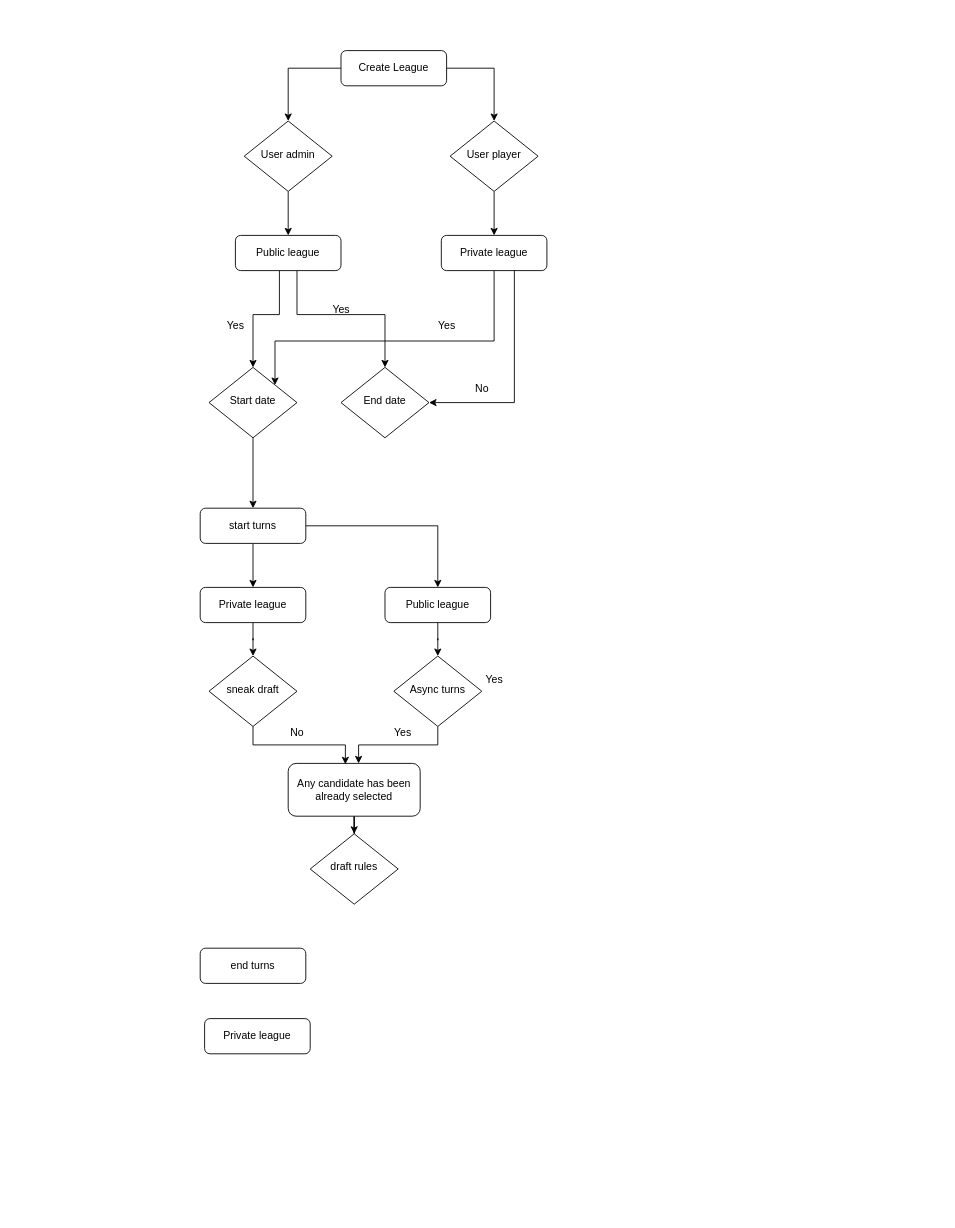
Above: Diagrama sin título.drawio in jairo-sandoval/game_store (draw.io), before the change. Source tidied: cells renumbered, new cells numbered last; positions are measured from the earlier drawing's top-left corner, leaving out a move shared by most shapes. Both pictures are drawn from the tidied source at 88%, with x=0, y=0 at pixel (200, 50).
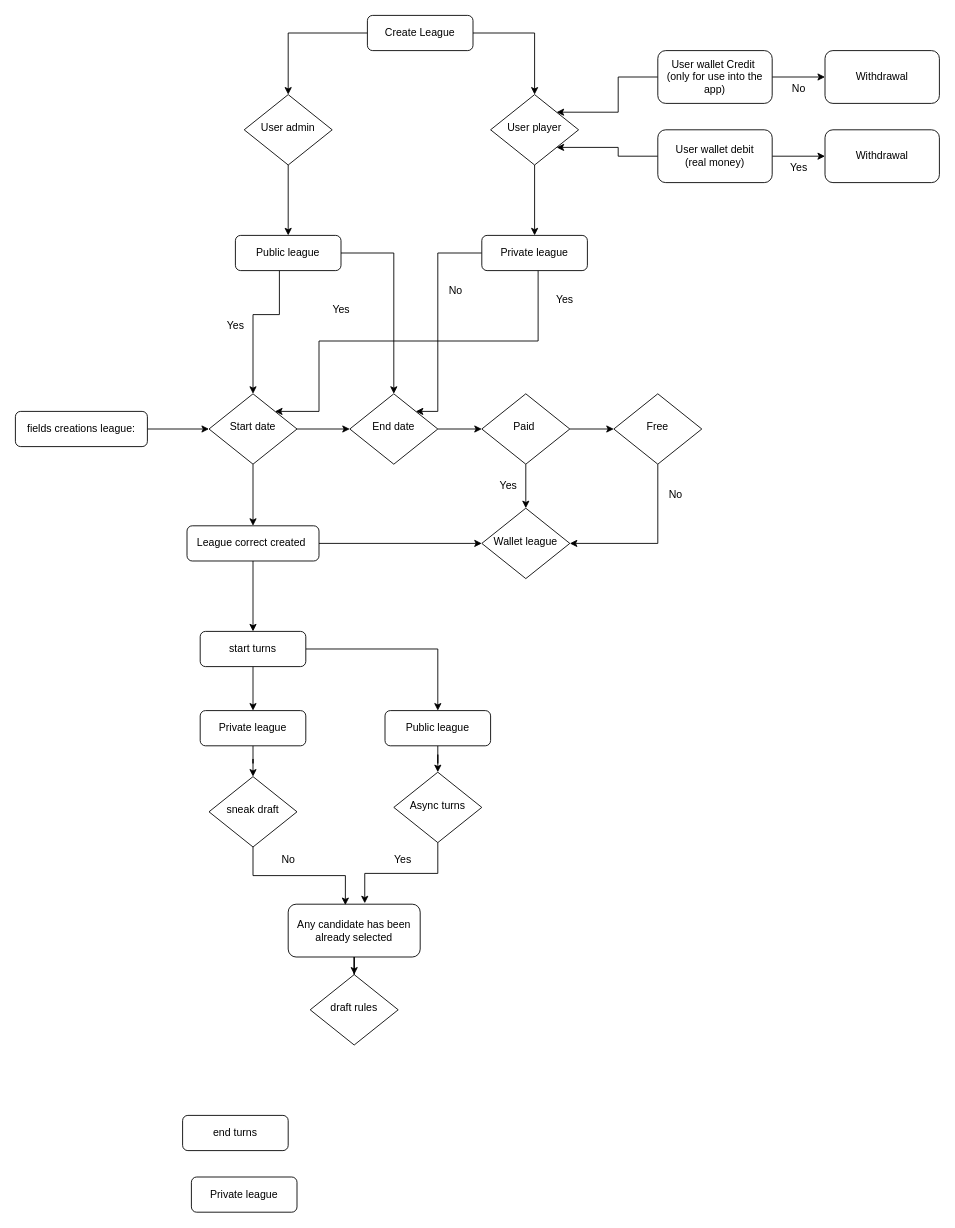
The same diagram, later.

The change refers to these unchanged cells:
```xml
<mxCell id="12" value="Public league" style="rounded=1;whiteSpace=wrap;html=1;fontSize=12;glass=0;strokeWidth=1;shadow=0;" parent="1" vertex="1">
  <mxGeometry x="40" y="210" width="120" height="40" as="geometry" />
</mxCell>
```

Change to the diagram source:
```diff
@@
     <mxCell id="4" value="Create League" style="rounded=1;whiteSpace=wrap;html=1;fontSize=12;glass=0;strokeWidth=1;shadow=0;" parent="1" vertex="1">
-      <mxGeometry x="160" width="120" height="40" as="geometry" />
+      <mxGeometry x="190" y="-40" width="120" height="40" as="geometry" />
     </mxCell>
-    <mxCell id="5" style="edgeStyle=orthogonalEdgeStyle;rounded=0;jettySize=auto;html=1;entryX=0.5;entryY=0;entryDx=0;entryDy=0;" parent="1" edge="1" source="6" target="9">
-      <mxGeometry relative="1" as="geometry" />
-    </mxCell>
+    <mxCell id="41" style="edgeStyle=orthogonalEdgeStyle;rounded=0;jettySize=auto;html=1;" parent="1" edge="1" source="6" target="13">
+      <mxGeometry relative="1" as="geometry" />
+    </mxCell>
+    <mxCell id="42" style="edgeStyle=orthogonalEdgeStyle;rounded=0;jettySize=auto;html=1;entryX=0.5;entryY=0;entryDx=0;entryDy=0;" parent="1" edge="1" source="6" target="60">
+      <mxGeometry relative="1" as="geometry" />
+    </mxCell>
     <mxCell id="6" value="Start date" style="rhombus;whiteSpace=wrap;html=1;shadow=0;fontFamily=Helvetica;fontSize=12;align=center;strokeWidth=1;spacing=6;spacingTop=-4;" parent="1" vertex="1">
-      <mxGeometry x="10" y="360" width="100" height="80" as="geometry" />
+      <mxGeometry x="10" y="390" width="100" height="80" as="geometry" />
     </mxCell>
@@
     <mxCell id="9" value="start turns" style="rounded=1;whiteSpace=wrap;html=1;fontSize=12;glass=0;strokeWidth=1;shadow=0;" parent="1" vertex="1">
-      <mxGeometry y="520" width="120" height="40" as="geometry" />
+      <mxGeometry y="660" width="120" height="40" as="geometry" />
     </mxCell>
@@
     <mxCell id="11" style="edgeStyle=orthogonalEdgeStyle;rounded=0;jettySize=auto;html=1;entryX=0.5;entryY=0;entryDx=0;entryDy=0;" parent="1" edge="1" source="12" target="13">
-      <mxGeometry relative="1" as="geometry">
-        <Array as="points">
-          <mxPoint x="110" y="300" />
-          <mxPoint x="210" y="300" />
-        </Array>
-      </mxGeometry>
+      <mxGeometry relative="1" as="geometry" />
     </mxCell>
@@
+    <mxCell id="43" style="edgeStyle=orthogonalEdgeStyle;rounded=0;jettySize=auto;html=1;" parent="1" edge="1" source="13" target="47">
+      <mxGeometry relative="1" as="geometry" />
+    </mxCell>
     <mxCell id="13" value="End date" style="rhombus;whiteSpace=wrap;html=1;shadow=0;fontFamily=Helvetica;fontSize=12;align=center;strokeWidth=1;spacing=6;spacingTop=-4;" parent="1" vertex="1">
-      <mxGeometry x="160" y="360" width="100" height="80" as="geometry" />
+      <mxGeometry x="170" y="390" width="100" height="80" as="geometry" />
     </mxCell>
@@
-    <mxCell id="16" style="edgeStyle=orthogonalEdgeStyle;rounded=0;jettySize=auto;html=1;entryX=1;entryY=0;entryDx=0;entryDy=0;" parent="1" edge="1" source="17" target="6">
+    <mxCell id="16" style="edgeStyle=orthogonalEdgeStyle;rounded=0;jettySize=auto;html=1;entryX=1;entryY=0;entryDx=0;entryDy=0;" parent="1" edge="1" target="6">
       <mxGeometry relative="1" as="geometry">
+        <mxPoint x="384" y="250" as="sourcePoint" />
         <Array as="points">
-          <mxPoint x="334" y="330" />
-          <mxPoint x="85" y="330" />
+          <mxPoint x="384" y="330" />
+          <mxPoint x="135" y="330" />
+          <mxPoint x="135" y="410" />
         </Array>
       </mxGeometry>
     </mxCell>
+    <mxCell id="44" style="edgeStyle=orthogonalEdgeStyle;rounded=0;jettySize=auto;html=1;entryX=1;entryY=0;entryDx=0;entryDy=0;" parent="1" edge="1" source="17" target="13">
+      <mxGeometry relative="1" as="geometry">
+        <Array as="points">
+          <mxPoint x="270" y="230" />
+          <mxPoint x="270" y="410" />
+        </Array>
+      </mxGeometry>
+    </mxCell>
     <mxCell id="17" value="Private league" style="rounded=1;whiteSpace=wrap;html=1;fontSize=12;glass=0;strokeWidth=1;shadow=0;" parent="1" vertex="1">
-      <mxGeometry x="274" y="210" width="120" height="40" as="geometry" />
+      <mxGeometry x="320" y="210" width="120" height="40" as="geometry" />
     </mxCell>
@@
     <mxCell id="19" value="User player" style="rhombus;whiteSpace=wrap;html=1;shadow=0;fontFamily=Helvetica;fontSize=12;align=center;strokeWidth=1;spacing=6;spacingTop=-4;" parent="1" vertex="1">
-      <mxGeometry x="284" y="80" width="100" height="80" as="geometry" />
+      <mxGeometry x="330" y="50" width="100" height="80" as="geometry" />
     </mxCell>
@@
     <mxCell id="21" value="User admin" style="rhombus;whiteSpace=wrap;html=1;shadow=0;fontFamily=Helvetica;fontSize=12;align=center;strokeWidth=1;spacing=6;spacingTop=-4;" parent="1" vertex="1">
-      <mxGeometry x="50" y="80" width="100" height="80" as="geometry" />
+      <mxGeometry x="50" y="50" width="100" height="80" as="geometry" />
     </mxCell>
     <mxCell id="22" value="Yes" style="text;html=1;align=center;verticalAlign=middle;strokeColor=none;fillColor=none;" parent="1" vertex="1">
-      <mxGeometry x="260" y="298" width="40" height="30" as="geometry" />
+      <mxGeometry x="394" y="268" width="40" height="30" as="geometry" />
     </mxCell>
-    <mxCell id="23" style="edgeStyle=orthogonalEdgeStyle;rounded=0;jettySize=auto;html=1;entryX=1;entryY=0.5;entryDx=0;entryDy=0;" parent="1" edge="1" target="13">
-      <mxGeometry relative="1" as="geometry">
-        <mxPoint x="357" y="250" as="sourcePoint" />
-        <Array as="points">
-          <mxPoint x="357" y="400" />
-        </Array>
-      </mxGeometry>
-    </mxCell>
     <mxCell id="24" value="No" style="text;html=1;align=center;verticalAlign=middle;strokeColor=none;fillColor=none;" parent="1" vertex="1">
-      <mxGeometry x="300" y="370" width="40" height="30" as="geometry" />
+      <mxGeometry x="270" y="258" width="40" height="30" as="geometry" />
     </mxCell>
@@
     <mxCell id="26" value="Private league" style="rounded=1;whiteSpace=wrap;html=1;fontSize=12;glass=0;strokeWidth=1;shadow=0;" parent="1" vertex="1">
-      <mxGeometry y="610" width="120" height="40" as="geometry" />
+      <mxGeometry y="750" width="120" height="40" as="geometry" />
     </mxCell>
@@
     <mxCell id="28" value="Public league" style="rounded=1;whiteSpace=wrap;html=1;fontSize=12;glass=0;strokeWidth=1;shadow=0;" parent="1" vertex="1">
-      <mxGeometry x="210" y="610" width="120" height="40" as="geometry" />
+      <mxGeometry x="210" y="750" width="120" height="40" as="geometry" />
     </mxCell>
     <mxCell id="29" value="draft rules" style="rhombus;whiteSpace=wrap;html=1;shadow=0;fontFamily=Helvetica;fontSize=12;align=center;strokeWidth=1;spacing=6;spacingTop=-4;" parent="1" vertex="1">
-      <mxGeometry x="125" y="890" width="100" height="80" as="geometry" />
+      <mxGeometry x="125" y="1050" width="100" height="80" as="geometry" />
     </mxCell>
-    <mxCell id="30" value="Yes" style="text;html=1;align=center;verticalAlign=middle;strokeColor=none;fillColor=none;" parent="1" vertex="1">
-      <mxGeometry x="314" y="700" width="40" height="30" as="geometry" />
-    </mxCell>
     <mxCell id="31" value="Yes" style="text;html=1;align=center;verticalAlign=middle;strokeColor=none;fillColor=none;" parent="1" vertex="1">
-      <mxGeometry x="210" y="760" width="40" height="30" as="geometry" />
+      <mxGeometry x="210" y="905" width="40" height="30" as="geometry" />
     </mxCell>
     <mxCell id="32" value="sneak draft" style="rhombus;whiteSpace=wrap;html=1;shadow=0;fontFamily=Helvetica;fontSize=12;align=center;strokeWidth=1;spacing=6;spacingTop=-4;" parent="1" vertex="1">
-      <mxGeometry x="10" y="688" width="100" height="80" as="geometry" />
+      <mxGeometry x="10" y="825" width="100" height="80" as="geometry" />
     </mxCell>
-    <mxCell id="33" style="edgeStyle=orthogonalEdgeStyle;rounded=0;jettySize=auto;html=1;" parent="1" edge="1" source="34" target="36">
-      <mxGeometry relative="1" as="geometry">
-        <Array as="points">
-          <mxPoint x="270" y="789" />
-          <mxPoint x="180" y="789" />
-        </Array>
-      </mxGeometry>
-    </mxCell>
     <mxCell id="34" value="Async turns" style="rhombus;whiteSpace=wrap;html=1;shadow=0;fontFamily=Helvetica;fontSize=12;align=center;strokeWidth=1;spacing=6;spacingTop=-4;" parent="1" vertex="1">
-      <mxGeometry x="220" y="688" width="100" height="80" as="geometry" />
+      <mxGeometry x="220" y="820" width="100" height="80" as="geometry" />
     </mxCell>
@@
     <mxCell id="36" value="Any candidate has been already selected" style="rounded=1;whiteSpace=wrap;html=1;fontSize=12;glass=0;strokeWidth=1;shadow=0;" parent="1" vertex="1">
-      <mxGeometry x="100" y="810" width="150" height="60" as="geometry" />
+      <mxGeometry x="100" y="970" width="150" height="60" as="geometry" />
     </mxCell>
     <mxCell id="37" value="No" style="text;html=1;align=center;verticalAlign=middle;strokeColor=none;fillColor=none;" parent="1" vertex="1">
-      <mxGeometry x="90" y="760" width="40" height="30" as="geometry" />
+      <mxGeometry x="80" y="905" width="40" height="30" as="geometry" />
     </mxCell>
     <mxCell id="38" value="end turns" style="rounded=1;whiteSpace=wrap;html=1;fontSize=12;glass=0;strokeWidth=1;shadow=0;" parent="1" vertex="1">
-      <mxGeometry y="1020" width="120" height="40" as="geometry" />
+      <mxGeometry x="-20" y="1210" width="120" height="40" as="geometry" />
     </mxCell>
@@
     <mxCell id="40" value="Private league" style="rounded=1;whiteSpace=wrap;html=1;fontSize=12;glass=0;strokeWidth=1;shadow=0;" parent="1" vertex="1">
-      <mxGeometry x="5" y="1100" width="120" height="40" as="geometry" />
+      <mxGeometry x="-10" y="1280" width="120" height="40" as="geometry" />
     </mxCell>
+    <mxCell id="45" style="edgeStyle=orthogonalEdgeStyle;rounded=0;jettySize=auto;html=1;" parent="1" edge="1" source="47" target="49">
+      <mxGeometry relative="1" as="geometry" />
+    </mxCell>
+    <mxCell id="46" style="edgeStyle=orthogonalEdgeStyle;rounded=0;jettySize=auto;html=1;" parent="1" edge="1" source="47" target="61">
+      <mxGeometry relative="1" as="geometry" />
+    </mxCell>
+    <mxCell id="47" value="Paid&amp;nbsp;" style="rhombus;whiteSpace=wrap;html=1;shadow=0;fontFamily=Helvetica;fontSize=12;align=center;strokeWidth=1;spacing=6;spacingTop=-4;" parent="1" vertex="1">
+      <mxGeometry x="320" y="390" width="100" height="80" as="geometry" />
+    </mxCell>
+    <mxCell id="48" style="edgeStyle=orthogonalEdgeStyle;rounded=0;jettySize=auto;html=1;entryX=1;entryY=0.5;entryDx=0;entryDy=0;exitX=0.5;exitY=1;exitDx=0;exitDy=0;" parent="1" edge="1" source="49" target="61">
+      <mxGeometry relative="1" as="geometry" />
+    </mxCell>
+    <mxCell id="49" value="Free" style="rhombus;whiteSpace=wrap;html=1;shadow=0;fontFamily=Helvetica;fontSize=12;align=center;strokeWidth=1;spacing=6;spacingTop=-4;" parent="1" vertex="1">
+      <mxGeometry x="470" y="390" width="100" height="80" as="geometry" />
+    </mxCell>
+    <mxCell id="33" style="edgeStyle=orthogonalEdgeStyle;rounded=0;jettySize=auto;html=1;entryX=0.58;entryY=-0.017;entryDx=0;entryDy=0;entryPerimeter=0;" parent="1" edge="1" source="34" target="36">
+      <mxGeometry relative="1" as="geometry" />
+    </mxCell>
+    <mxCell id="50" style="edgeStyle=orthogonalEdgeStyle;rounded=0;jettySize=auto;html=1;entryX=1;entryY=0;entryDx=0;entryDy=0;" parent="1" edge="1" source="52" target="19">
+      <mxGeometry relative="1" as="geometry" />
+    </mxCell>
+    <mxCell id="51" style="edgeStyle=orthogonalEdgeStyle;rounded=0;jettySize=auto;html=1;entryX=0;entryY=0.5;entryDx=0;entryDy=0;" parent="1" edge="1" source="52" target="64">
+      <mxGeometry relative="1" as="geometry" />
+    </mxCell>
+    <mxCell id="52" value="User wallet Credit&amp;nbsp;&lt;br style=&quot;border-color: var(--border-color);&quot;&gt;(only for use into the app)" style="rounded=1;whiteSpace=wrap;html=1;fontSize=12;glass=0;strokeWidth=1;shadow=0;" parent="1" vertex="1">
+      <mxGeometry x="520" width="130" height="60" as="geometry" />
+    </mxCell>
+    <mxCell id="53" style="edgeStyle=orthogonalEdgeStyle;rounded=0;jettySize=auto;html=1;entryX=1;entryY=1;entryDx=0;entryDy=0;" parent="1" edge="1" source="55" target="19">
+      <mxGeometry relative="1" as="geometry" />
+    </mxCell>
+    <mxCell id="54" style="edgeStyle=orthogonalEdgeStyle;rounded=0;jettySize=auto;html=1;" parent="1" edge="1" source="55" target="65">
+      <mxGeometry relative="1" as="geometry" />
+    </mxCell>
+    <mxCell id="55" value="User wallet debit&lt;br&gt;(real money)" style="rounded=1;whiteSpace=wrap;html=1;fontSize=12;glass=0;strokeWidth=1;shadow=0;" parent="1" vertex="1">
+      <mxGeometry x="520" y="90" width="130" height="60" as="geometry" />
+    </mxCell>
+    <mxCell id="56" style="edgeStyle=orthogonalEdgeStyle;rounded=0;jettySize=auto;html=1;entryX=0;entryY=0.5;entryDx=0;entryDy=0;" parent="1" edge="1" source="57" target="6">
+      <mxGeometry relative="1" as="geometry" />
+    </mxCell>
+    <mxCell id="57" value="fields creations league:" style="rounded=1;whiteSpace=wrap;html=1;fontSize=12;glass=0;strokeWidth=1;shadow=0;" parent="1" vertex="1">
+      <mxGeometry x="-210" y="410" width="150" height="40" as="geometry" />
+    </mxCell>
+    <mxCell id="58" style="edgeStyle=orthogonalEdgeStyle;rounded=0;jettySize=auto;html=1;entryX=0.5;entryY=0;entryDx=0;entryDy=0;" parent="1" edge="1" source="60" target="9">
+      <mxGeometry relative="1" as="geometry" />
+    </mxCell>
+    <mxCell id="59" style="edgeStyle=orthogonalEdgeStyle;rounded=0;jettySize=auto;html=1;" parent="1" edge="1" source="60" target="61">
+      <mxGeometry relative="1" as="geometry" />
+    </mxCell>
+    <mxCell id="60" value="League correct created&amp;nbsp;" style="rounded=1;whiteSpace=wrap;html=1;fontSize=12;glass=0;strokeWidth=1;shadow=0;" parent="1" vertex="1">
+      <mxGeometry x="-15" y="540" width="150" height="40" as="geometry" />
+    </mxCell>
+    <mxCell id="61" value="Wallet league" style="rhombus;whiteSpace=wrap;html=1;shadow=0;fontFamily=Helvetica;fontSize=12;align=center;strokeWidth=1;spacing=6;spacingTop=-4;" parent="1" vertex="1">
+      <mxGeometry x="320" y="520" width="100" height="80" as="geometry" />
+    </mxCell>
+    <mxCell id="62" value="Yes" style="text;html=1;align=center;verticalAlign=middle;strokeColor=none;fillColor=none;" parent="1" vertex="1">
+      <mxGeometry x="330" y="480" width="40" height="30" as="geometry" />
+    </mxCell>
+    <mxCell id="63" value="No" style="text;html=1;align=center;verticalAlign=middle;strokeColor=none;fillColor=none;" parent="1" vertex="1">
+      <mxGeometry x="520" y="490" width="40" height="30" as="geometry" />
+    </mxCell>
+    <mxCell id="64" value="Withdrawal" style="rounded=1;whiteSpace=wrap;html=1;fontSize=12;glass=0;strokeWidth=1;shadow=0;" parent="1" vertex="1">
+      <mxGeometry x="710" width="130" height="60" as="geometry" />
+    </mxCell>
+    <mxCell id="65" value="Withdrawal" style="rounded=1;whiteSpace=wrap;html=1;fontSize=12;glass=0;strokeWidth=1;shadow=0;" parent="1" vertex="1">
+      <mxGeometry x="710" y="90" width="130" height="60" as="geometry" />
+    </mxCell>
+    <mxCell id="66" value="Yes" style="text;html=1;align=center;verticalAlign=middle;strokeColor=none;fillColor=none;" parent="1" vertex="1">
+      <mxGeometry x="660" y="118" width="40" height="30" as="geometry" />
+    </mxCell>
+    <mxCell id="67" value="No" style="text;html=1;align=center;verticalAlign=middle;strokeColor=none;fillColor=none;" parent="1" vertex="1">
+      <mxGeometry x="660" y="28" width="40" height="30" as="geometry" />
+    </mxCell>
```
